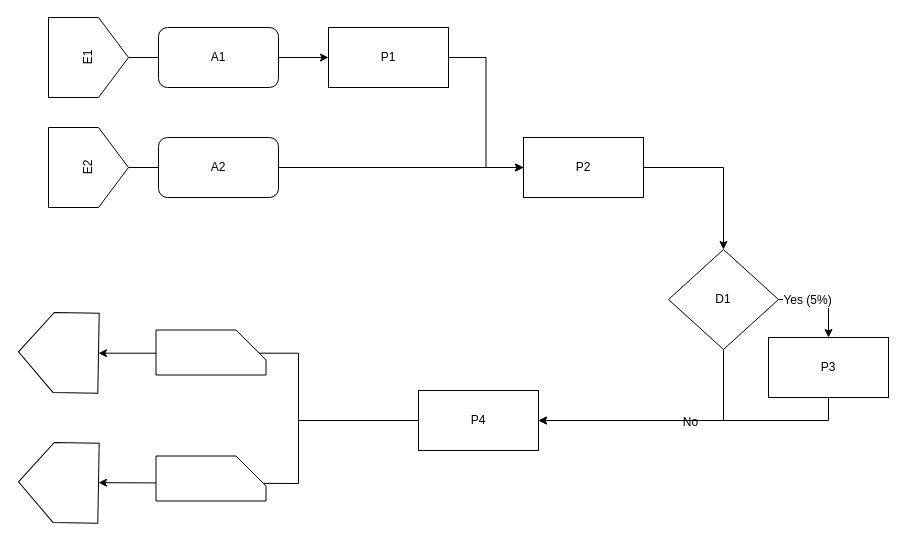
Earlier version of the draw.io diagram Em-Con-Model.drawio (aboutkrin/aboutkrin.github.io). Source tidied: cells renumbered, new cells numbered last; positions are measured from the earlier drawing's top-left corner, leaving out a move shared by most shapes. Both pictures are drawn from the tidied source at 100%, with x=0, y=0 at pixel (18, 17).
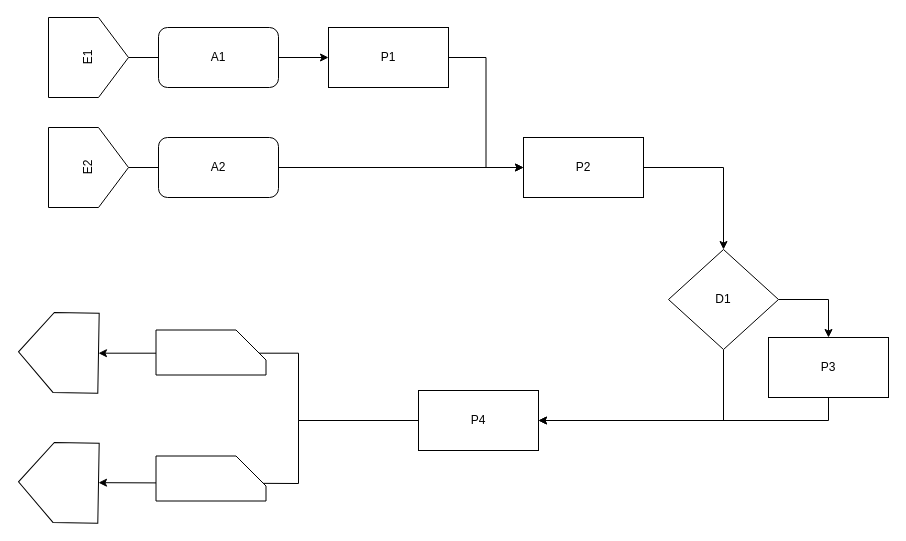
The same page after the edit.

The change refers to these unchanged cells:
```xml
<mxCell id="15" style="edgeStyle=orthogonalEdgeStyle;rounded=0;jettySize=auto;html=1;exitX=1;exitY=0.5;exitDx=0;exitDy=0;entryX=0.5;entryY=0;entryDx=0;entryDy=0;" parent="1" edge="1" source="19" target="21">
  <mxGeometry relative="1" as="geometry" />
</mxCell>
<mxCell id="17" style="edgeStyle=orthogonalEdgeStyle;rounded=0;jettySize=auto;html=1;exitX=0.5;exitY=1;exitDx=0;exitDy=0;entryX=1;entryY=0.5;entryDx=0;entryDy=0;" parent="1" edge="1" source="19" target="9">
  <mxGeometry relative="1" as="geometry" />
</mxCell>
```

The edit, as a diff of the source:
```diff
@@
-    <mxCell id="16" value="Yes (5%)" style="text;html=1;align=center;verticalAlign=middle;labelBackgroundColor=#ffffff;" parent="15" vertex="1">
-      <mxGeometry x="-0.36" relative="1" as="geometry" />
-    </mxCell>
@@
-    <mxCell id="18" value="No" style="text;html=1;align=center;verticalAlign=middle;labelBackgroundColor=#ffffff;" parent="17" vertex="1">
-      <mxGeometry x="-0.18" y="1" relative="1" as="geometry" />
-    </mxCell>
```
